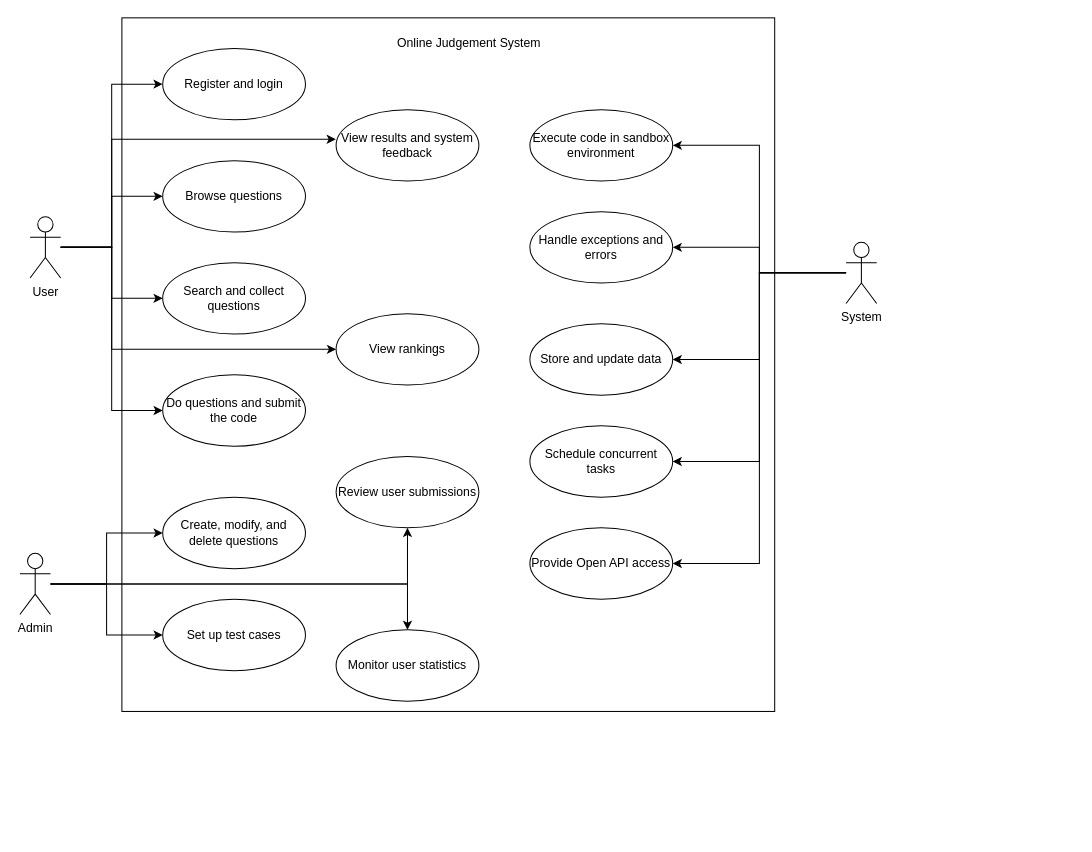
Before: 未命名绘图.drawio in paasche0906/draw.io, a draw.io diagram. Source tidied: cells renumbered, new cells numbered last; positions are measured from the earlier drawing's top-left corner, leaving out a move shared by most shapes. Both pictures are drawn from the tidied source at 102%, with x=0, y=0 at pixel (19, 17).
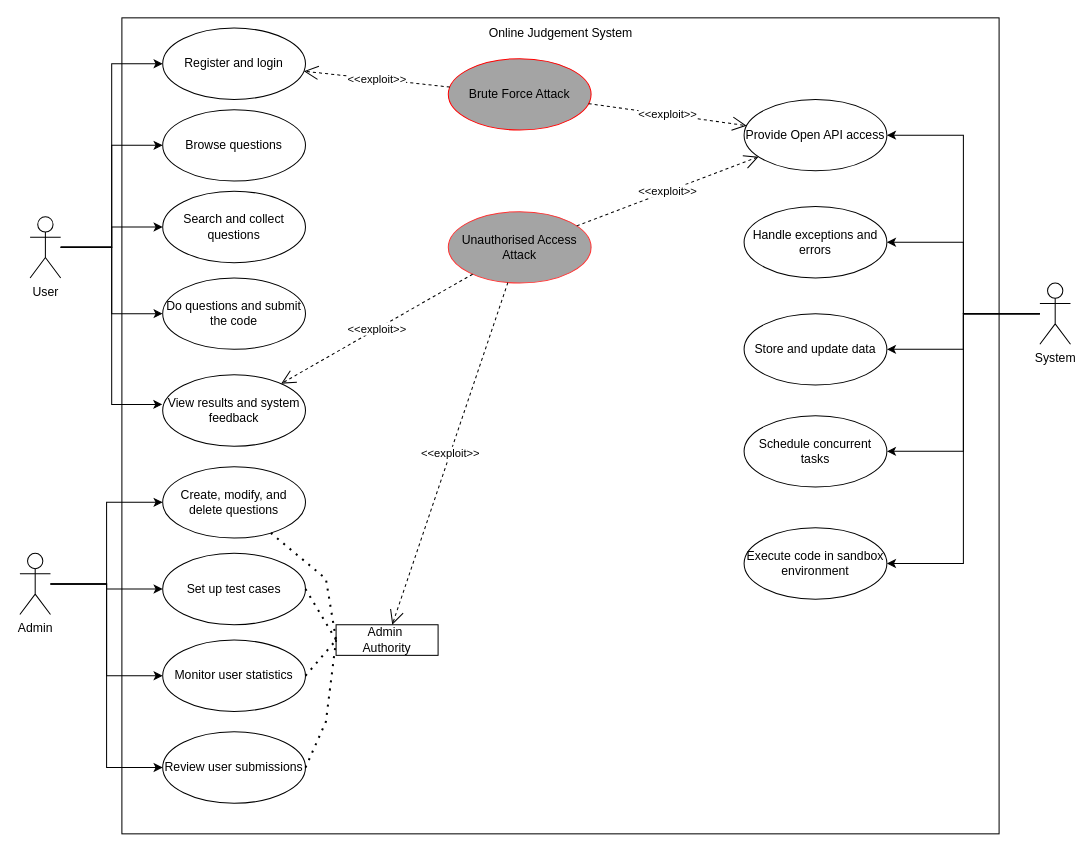
After the change.

Commit message:
更新未命名绘图.drawio

Unchanged cells that the change refers to:
```xml
<mxCell id="9" value="User" style="shape=umlActor;verticalLabelPosition=bottom;verticalAlign=top;html=1;outlineConnect=0;" parent="1" vertex="1">
  <mxGeometry x="10" y="195" width="30" height="60" as="geometry" />
</mxCell>
<mxCell id="14" value="Admin" style="shape=umlActor;verticalLabelPosition=bottom;verticalAlign=top;html=1;outlineConnect=0;" parent="1" vertex="1">
  <mxGeometry y="525" width="30" height="60" as="geometry" />
</mxCell>
```

What changed in the source:
```diff
@@
     <mxCell id="2" style="rounded=0;whiteSpace=wrap;html=1;" parent="1" vertex="1">
-      <mxGeometry x="100" width="640" height="680" as="geometry" />
+      <mxGeometry x="100" width="860" height="800" as="geometry" />
     </mxCell>
     <mxCell id="3" value="Online Judgement System" style="text;html=1;align=center;verticalAlign=middle;strokeColor=none;fillColor=none;" parent="1" vertex="1">
-      <mxGeometry x="360" y="10" width="160" height="30" as="geometry" />
+      <mxGeometry x="450" width="160" height="30" as="geometry" />
     </mxCell>
@@
-    <mxCell id="8" style="edgeStyle=orthogonalEdgeStyle;rounded=0;jettySize=auto;html=1;entryX=0;entryY=0.5;entryDx=0;entryDy=0;" parent="1" edge="1" source="9" target="26">
-      <mxGeometry relative="1" as="geometry">
-        <Array as="points">
-          <mxPoint x="90" y="225" />
-          <mxPoint x="90" y="325" />
-        </Array>
-      </mxGeometry>
-    </mxCell>
@@
+    <mxCell id="11" style="edgeStyle=orthogonalEdgeStyle;rounded=0;jettySize=auto;html=1;entryX=0;entryY=0.5;entryDx=0;entryDy=0;" parent="1" edge="1" source="14" target="28">
+      <mxGeometry relative="1" as="geometry" />
+    </mxCell>
-    <mxCell id="10" style="edgeStyle=orthogonalEdgeStyle;rounded=0;jettySize=auto;html=1;" parent="1" edge="1" source="14" target="27">
+    <mxCell id="10" style="edgeStyle=orthogonalEdgeStyle;rounded=0;jettySize=auto;html=1;entryX=0;entryY=0.5;entryDx=0;entryDy=0;" parent="1" edge="1" source="14" target="27">
       <mxGeometry relative="1" as="geometry" />
     </mxCell>
-    <mxCell id="11" style="edgeStyle=orthogonalEdgeStyle;rounded=0;jettySize=auto;html=1;entryX=0;entryY=0.5;entryDx=0;entryDy=0;" parent="1" edge="1" source="14" target="28">
-      <mxGeometry relative="1" as="geometry" />
-    </mxCell>
+    <mxCell id="13" style="edgeStyle=orthogonalEdgeStyle;rounded=0;jettySize=auto;html=1;entryX=0;entryY=0.5;entryDx=0;entryDy=0;" parent="1" edge="1" source="14" target="30">
+      <mxGeometry relative="1" as="geometry" />
+    </mxCell>
-    <mxCell id="12" style="edgeStyle=orthogonalEdgeStyle;rounded=0;jettySize=auto;html=1;" parent="1" edge="1" source="14" target="29">
+    <mxCell id="12" style="edgeStyle=orthogonalEdgeStyle;rounded=0;jettySize=auto;html=1;entryX=0;entryY=0.5;entryDx=0;entryDy=0;" parent="1" edge="1" source="14" target="29">
       <mxGeometry relative="1" as="geometry" />
     </mxCell>
-    <mxCell id="13" style="edgeStyle=orthogonalEdgeStyle;rounded=0;jettySize=auto;html=1;entryX=0.5;entryY=0;entryDx=0;entryDy=0;" parent="1" edge="1" source="14" target="30">
-      <mxGeometry relative="1" as="geometry" />
-    </mxCell>
@@
     <mxCell id="20" value="System" style="shape=umlActor;verticalLabelPosition=bottom;verticalAlign=top;html=1;outlineConnect=0;" parent="1" vertex="1">
-      <mxGeometry x="810" y="220" width="30" height="60" as="geometry" />
+      <mxGeometry x="1000" y="260" width="30" height="60" as="geometry" />
     </mxCell>
     <mxCell id="21" value="Register and login" style="ellipse;whiteSpace=wrap;html=1;" parent="1" vertex="1">
-      <mxGeometry x="140" y="30" width="140" height="70" as="geometry" />
+      <mxGeometry x="140" y="10" width="140" height="70" as="geometry" />
     </mxCell>
     <mxCell id="22" value="Browse questions" style="ellipse;whiteSpace=wrap;html=1;" parent="1" vertex="1">
-      <mxGeometry x="140" y="140" width="140" height="70" as="geometry" />
+      <mxGeometry x="140" y="90" width="140" height="70" as="geometry" />
     </mxCell>
     <mxCell id="23" value="Search and collect questions" style="ellipse;whiteSpace=wrap;html=1;" parent="1" vertex="1">
-      <mxGeometry x="140" y="240" width="140" height="70" as="geometry" />
+      <mxGeometry x="140" y="170" width="140" height="70" as="geometry" />
     </mxCell>
     <mxCell id="24" value="Do questions and submit the code" style="ellipse;whiteSpace=wrap;html=1;" parent="1" vertex="1">
-      <mxGeometry x="140" y="350" width="140" height="70" as="geometry" />
+      <mxGeometry x="140" y="255" width="140" height="70" as="geometry" />
     </mxCell>
     <mxCell id="25" value="View results and system feedback" style="ellipse;whiteSpace=wrap;html=1;" parent="1" vertex="1">
-      <mxGeometry x="310" y="90" width="140" height="70" as="geometry" />
+      <mxGeometry x="140" y="350" width="140" height="70" as="geometry" />
     </mxCell>
-    <mxCell id="26" value="View rankings" style="ellipse;whiteSpace=wrap;html=1;" parent="1" vertex="1">
-      <mxGeometry x="310" y="290" width="140" height="70" as="geometry" />
-    </mxCell>
     <mxCell id="27" value="Create, modify, and delete questions" style="ellipse;whiteSpace=wrap;html=1;" parent="1" vertex="1">
-      <mxGeometry x="140" y="470" width="140" height="70" as="geometry" />
+      <mxGeometry x="140" y="440" width="140" height="70" as="geometry" />
     </mxCell>
     <mxCell id="28" value="Set up test cases" style="ellipse;whiteSpace=wrap;html=1;" parent="1" vertex="1">
-      <mxGeometry x="140" y="570" width="140" height="70" as="geometry" />
+      <mxGeometry x="140" y="525" width="140" height="70" as="geometry" />
     </mxCell>
     <mxCell id="29" value="Review user submissions" style="ellipse;whiteSpace=wrap;html=1;" parent="1" vertex="1">
-      <mxGeometry x="310" y="430" width="140" height="70" as="geometry" />
+      <mxGeometry x="140" y="700" width="140" height="70" as="geometry" />
     </mxCell>
     <mxCell id="30" value="Monitor user statistics" style="ellipse;whiteSpace=wrap;html=1;" parent="1" vertex="1">
-      <mxGeometry x="310" y="600" width="140" height="70" as="geometry" />
+      <mxGeometry x="140" y="610" width="140" height="70" as="geometry" />
     </mxCell>
     <mxCell id="31" value="Execute code in sandbox environment" style="ellipse;whiteSpace=wrap;html=1;" parent="1" vertex="1">
-      <mxGeometry x="500" y="90" width="140" height="70" as="geometry" />
+      <mxGeometry x="710" y="500" width="140" height="70" as="geometry" />
     </mxCell>
     <mxCell id="32" value="Handle exceptions and errors" style="ellipse;whiteSpace=wrap;html=1;" parent="1" vertex="1">
-      <mxGeometry x="500" y="190" width="140" height="70" as="geometry" />
+      <mxGeometry x="710" y="185" width="140" height="70" as="geometry" />
     </mxCell>
     <mxCell id="33" value="Store and update data" style="ellipse;whiteSpace=wrap;html=1;" parent="1" vertex="1">
-      <mxGeometry x="500" y="300" width="140" height="70" as="geometry" />
+      <mxGeometry x="710" y="290" width="140" height="70" as="geometry" />
     </mxCell>
     <mxCell id="34" value="Schedule concurrent tasks" style="ellipse;whiteSpace=wrap;html=1;" parent="1" vertex="1">
-      <mxGeometry x="500" y="400" width="140" height="70" as="geometry" />
+      <mxGeometry x="710" y="390" width="140" height="70" as="geometry" />
     </mxCell>
     <mxCell id="35" value="Provide Open API access" style="ellipse;whiteSpace=wrap;html=1;" parent="1" vertex="1">
-      <mxGeometry x="500" y="500" width="140" height="70" as="geometry" />
+      <mxGeometry x="710" y="80" width="140" height="70" as="geometry" />
     </mxCell>
     <mxCell id="36" style="edgeStyle=orthogonalEdgeStyle;rounded=0;jettySize=auto;html=1;entryX=-0.002;entryY=0.414;entryDx=0;entryDy=0;entryPerimeter=0;" parent="1" edge="1" source="9" target="25">
       <mxGeometry relative="1" as="geometry">
         <Array as="points">
           <mxPoint x="90" y="225" />
-          <mxPoint x="90" y="119" />
+          <mxPoint x="90" y="379" />
         </Array>
       </mxGeometry>
     </mxCell>
+    <mxCell id="37" value="Unauthorised Access Attack" style="ellipse;whiteSpace=wrap;html=1;fillColor=#A4A4A4;strokeColor=#FF3333;" parent="1" vertex="1">
+      <mxGeometry x="420" y="190" width="140" height="70" as="geometry" />
+    </mxCell>
+    <mxCell id="38" value="&amp;lt;&amp;lt;exploit&amp;gt;&amp;gt;" style="endArrow=open;endSize=12;dashed=1;html=1;rounded=0;" parent="1" edge="1" source="37" target="35">
+      <mxGeometry relative="1" as="geometry" />
+    </mxCell>
+    <mxCell id="39" value="Brute Force Attack" style="ellipse;whiteSpace=wrap;html=1;fillColor=#A4A4A4;strokeColor=#FF0000;" parent="1" vertex="1">
+      <mxGeometry x="420" y="40" width="140" height="70" as="geometry" />
+    </mxCell>
+    <mxCell id="40" value="&amp;lt;&amp;lt;exploit&amp;gt;&amp;gt;" style="endArrow=open;endSize=12;dashed=1;html=1;rounded=0;" parent="1" edge="1" source="39" target="21">
+      <mxGeometry relative="1" as="geometry" />
+    </mxCell>
+    <mxCell id="41" value="&amp;lt;&amp;lt;exploit&amp;gt;&amp;gt;" style="endArrow=open;endSize=12;dashed=1;html=1;rounded=0;" parent="1" edge="1" source="39" target="35">
+      <mxGeometry relative="1" as="geometry" />
+    </mxCell>
+    <mxCell id="42" value="&amp;lt;&amp;lt;exploit&amp;gt;&amp;gt;" style="endArrow=open;endSize=12;dashed=1;html=1;rounded=0;" parent="1" edge="1" source="37" target="25">
+      <mxGeometry relative="1" as="geometry" />
+    </mxCell>
+    <mxCell id="43" value="Admin&amp;nbsp;&lt;div&gt;Authority&lt;/div&gt;" style="rounded=0;whiteSpace=wrap;html=1;" parent="1" vertex="1">
+      <mxGeometry x="310" y="595" width="100" height="30" as="geometry" />
+    </mxCell>
+    <mxCell id="44" style="endArrow=none;dashed=1;html=1;dashPattern=1 3;strokeWidth=2;rounded=0;entryX=0;entryY=0.5;entryDx=0;entryDy=0;" parent="1" edge="1" source="27" target="43">
+      <mxGeometry relative="1" as="geometry">
+        <Array as="points">
+          <mxPoint x="300" y="550" />
+        </Array>
+      </mxGeometry>
+    </mxCell>
+    <mxCell id="45" style="endArrow=none;dashed=1;html=1;dashPattern=1 3;strokeWidth=2;rounded=0;exitX=1;exitY=0.5;exitDx=0;exitDy=0;entryX=0;entryY=0.5;entryDx=0;entryDy=0;" parent="1" edge="1" source="29" target="43">
+      <mxGeometry relative="1" as="geometry">
+        <Array as="points">
+          <mxPoint x="300" y="690" />
+        </Array>
+      </mxGeometry>
+    </mxCell>
+    <mxCell id="46" style="endArrow=none;dashed=1;html=1;dashPattern=1 3;strokeWidth=2;rounded=0;exitX=1;exitY=0.5;exitDx=0;exitDy=0;entryX=0;entryY=0.5;entryDx=0;entryDy=0;" parent="1" edge="1" source="28" target="43">
+      <mxGeometry relative="1" as="geometry" />
+    </mxCell>
+    <mxCell id="47" style="endArrow=none;dashed=1;html=1;dashPattern=1 3;strokeWidth=2;rounded=0;exitX=1;exitY=0.5;exitDx=0;exitDy=0;entryX=0;entryY=0.5;entryDx=0;entryDy=0;" parent="1" edge="1" source="30" target="43">
+      <mxGeometry relative="1" as="geometry" />
+    </mxCell>
+    <mxCell id="48" value="&amp;lt;&amp;lt;exploit&amp;gt;&amp;gt;" style="endArrow=open;endSize=12;dashed=1;html=1;rounded=0;" parent="1" edge="1" source="37" target="43">
+      <mxGeometry relative="1" as="geometry" />
+    </mxCell>
```
